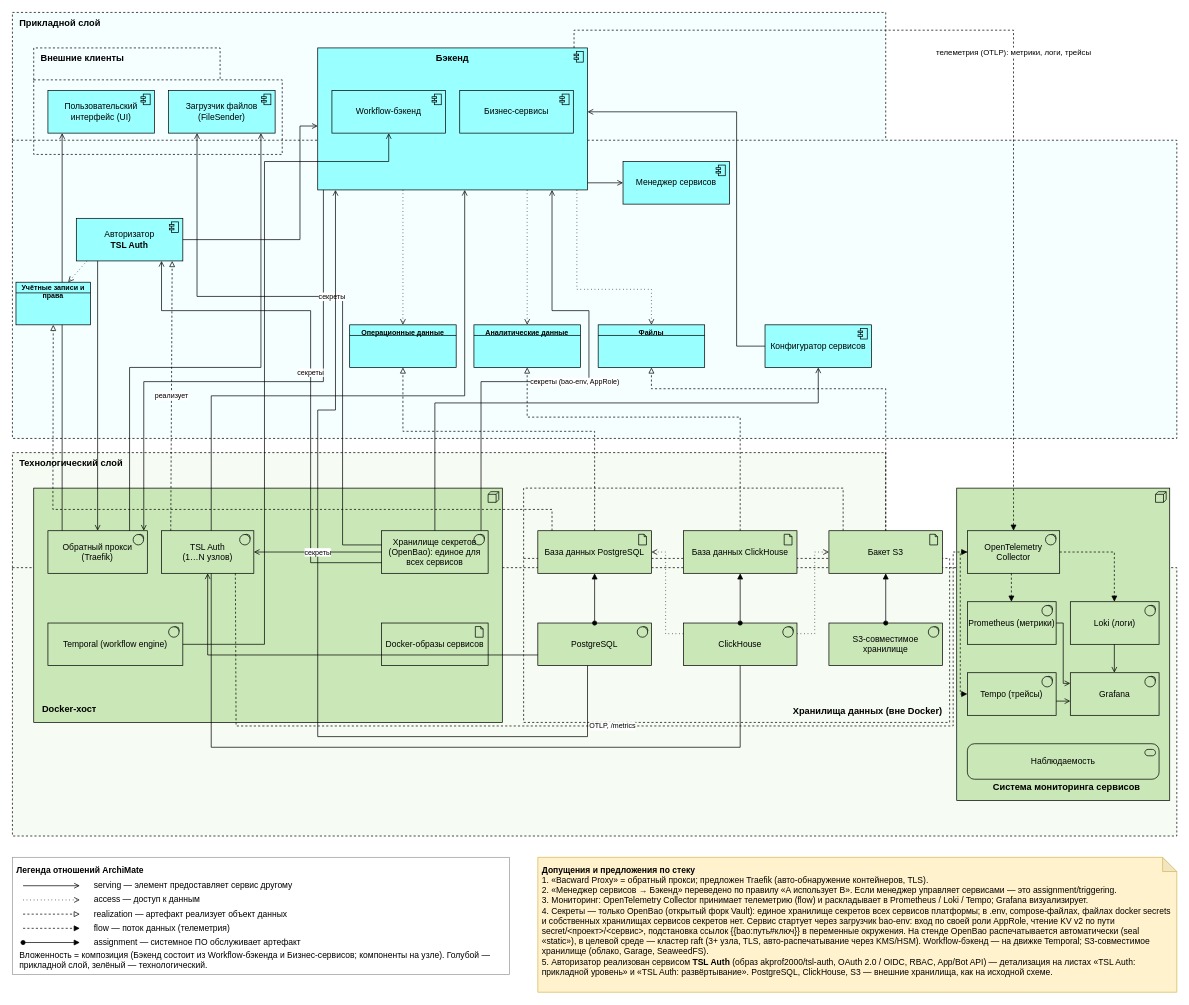
Before: page "Базовая архитектура (ArchiMate, Layered)" (1 of 3) of docs/archimate/auth-architecture.drawio in akprof2000/tsl-auth, a draw.io diagram. Source tidied: cells renumbered, new cells numbered last; positions are measured from the earlier drawing's top-left corner, leaving out a move shared by most shapes. Both pictures are drawn from the tidied source at 71%, with x=0, y=0 at pixel (12, 12).
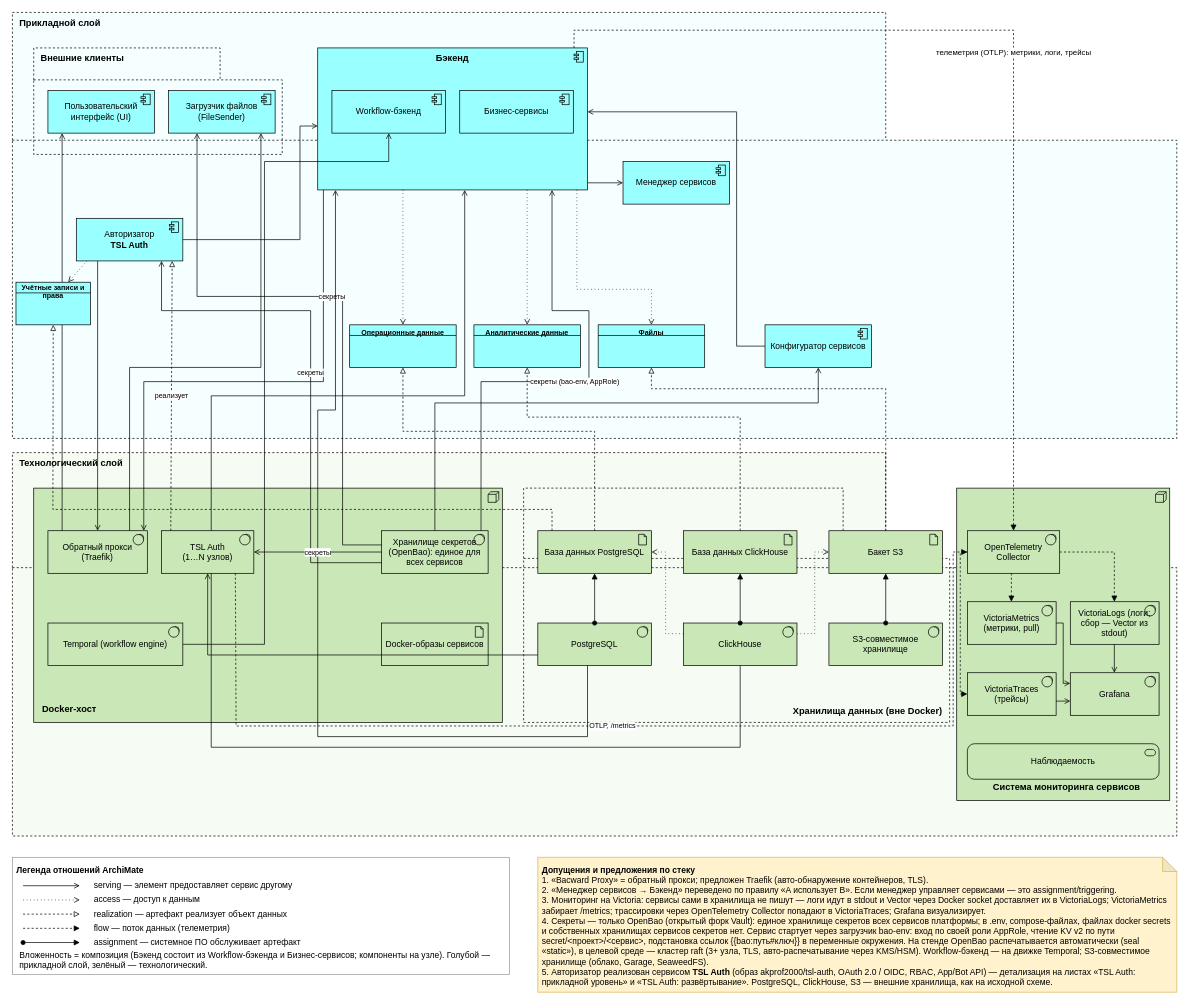
The same diagram, later.

Diff of the diagram source:
```diff
@@
-    <mxCell id="30" value="Prometheus (метрики)" style="html=1;outlineConnect=0;whiteSpace=wrap;shape=mxgraph.archimate3.application;appType=sysSw;archiType=square;fillColor=#C9E7B7;" parent="1" vertex="1">
+    <mxCell id="30" value="VictoriaMetrics (метрики, pull)" style="html=1;outlineConnect=0;whiteSpace=wrap;shape=mxgraph.archimate3.application;appType=sysSw;archiType=square;fillColor=#C9E7B7;" parent="1" vertex="1">
       <mxGeometry x="1345" y="830" width="125" height="60" as="geometry" />
     </mxCell>
-    <mxCell id="31" value="Loki (логи)" style="html=1;outlineConnect=0;whiteSpace=wrap;shape=mxgraph.archimate3.application;appType=sysSw;archiType=square;fillColor=#C9E7B7;" parent="1" vertex="1">
+    <mxCell id="31" value="VictoriaLogs (логи; сбор — Vector из stdout)" style="html=1;outlineConnect=0;whiteSpace=wrap;shape=mxgraph.archimate3.application;appType=sysSw;archiType=square;fillColor=#C9E7B7;" parent="1" vertex="1">
       <mxGeometry x="1490" y="830" width="125" height="60" as="geometry" />
     </mxCell>
-    <mxCell id="32" value="Tempo (трейсы)" style="html=1;outlineConnect=0;whiteSpace=wrap;shape=mxgraph.archimate3.application;appType=sysSw;archiType=square;fillColor=#C9E7B7;" parent="1" vertex="1">
+    <mxCell id="32" value="VictoriaTraces (трейсы)" style="html=1;outlineConnect=0;whiteSpace=wrap;shape=mxgraph.archimate3.application;appType=sysSw;archiType=square;fillColor=#C9E7B7;" parent="1" vertex="1">
       <mxGeometry x="1345" y="930" width="125" height="60" as="geometry" />
     </mxCell>
@@
-    <mxCell id="79" value="&lt;b&gt;Допущения и предложения по стеку&lt;/b&gt;&lt;br&gt;1. «Bacward Proxy» = обратный прокси; предложен Traefik (авто-обнаружение контейнеров, TLS).&lt;br&gt;2. «Менеджер сервисов → Бэкенд» переведено по правилу «A использует B». Если менеджер управляет сервисами — это assignment/triggering.&lt;br&gt;3. Мониторинг: OpenTelemetry Collector принимает телеметрию (flow) и раскладывает в Prometheus / Loki / Tempo; Grafana визуализирует.&lt;br&gt;4. Секреты — только OpenBao (открытый форк Vault): единое хранилище секретов всех сервисов платформы; в .env, compose-файлах, файлах docker secrets и собственных хранилищах сервисов секретов нет. Сервис стартует через загрузчик bao-env: вход по своей роли AppRole, чтение KV v2 по пути secret/&amp;lt;проект&amp;gt;/&amp;lt;сервис&amp;gt;, подстановка ссылок {{bao:путь#ключ}} в переменные окружения. На стенде OpenBao распечатывается автоматически (seal «static»), в целевой среде — кластер raft (3+ узла, TLS, авто-распечатывание через KMS/HSM). Workflow-бэкенд — на движке Temporal; S3-совместимое хранилище (облако, Garage, SeaweedFS).&lt;br&gt;5. Авторизатор реализован сервисом &lt;b&gt;TSL Auth&lt;/b&gt; (образ akprof2000/tsl-auth, OAuth 2.0 / OIDC, RBAC, App/Bot API) — детализация на листах «TSL Auth: прикладной уровень» и «TSL Auth: развёртывание». PostgreSQL, ClickHouse, S3 — внешние хранилища, как на исходной схеме." style="shape=note;whiteSpace=wrap;html=1;backgroundOutline=1;darkOpacity=0.05;fillColor=#FFF2CC;strokeColor=#D6B656;align=left;verticalAlign=top;spacing=6;size=20;" parent="1" vertex="1">
+    <mxCell id="79" value="&lt;b&gt;Допущения и предложения по стеку&lt;/b&gt;&lt;br&gt;1. «Bacward Proxy» = обратный прокси; предложен Traefik (авто-обнаружение контейнеров, TLS).&lt;br&gt;2. «Менеджер сервисов → Бэкенд» переведено по правилу «A использует B». Если менеджер управляет сервисами — это assignment/triggering.&lt;br&gt;3. Мониторинг на Victoria: сервисы сами в хранилища не пишут — логи идут в stdout и Vector через Docker socket доставляет их в VictoriaLogs; VictoriaMetrics забирает /metrics; трассировки через OpenTelemetry Collector попадают в VictoriaTraces; Grafana визуализирует.&lt;br&gt;4. Секреты — только OpenBao (открытый форк Vault): единое хранилище секретов всех сервисов платформы; в .env, compose-файлах, файлах docker secrets и собственных хранилищах сервисов секретов нет. Сервис стартует через загрузчик bao-env: вход по своей роли AppRole, чтение KV v2 по пути secret/&amp;lt;проект&amp;gt;/&amp;lt;сервис&amp;gt;, подстановка ссылок {{bao:путь#ключ}} в переменные окружения. На стенде OpenBao распечатывается автоматически (seal «static»), в целевой среде — кластер raft (3+ узла, TLS, авто-распечатывание через KMS/HSM). Workflow-бэкенд — на движке Temporal; S3-совместимое хранилище (облако, Garage, SeaweedFS).&lt;br&gt;5. Авторизатор реализован сервисом &lt;b&gt;TSL Auth&lt;/b&gt; (образ akprof2000/tsl-auth, OAuth 2.0 / OIDC, RBAC, App/Bot API) — детализация на листах «TSL Auth: прикладной уровень» и «TSL Auth: развёртывание». PostgreSQL, ClickHouse, S3 — внешние хранилища, как на исходной схеме." style="shape=note;whiteSpace=wrap;html=1;backgroundOutline=1;darkOpacity=0.05;fillColor=#FFF2CC;strokeColor=#D6B656;align=left;verticalAlign=top;spacing=6;size=20;" parent="1" vertex="1">
       <mxGeometry x="740" y="1190" width="900" height="190" as="geometry" />
     </mxCell>
```
